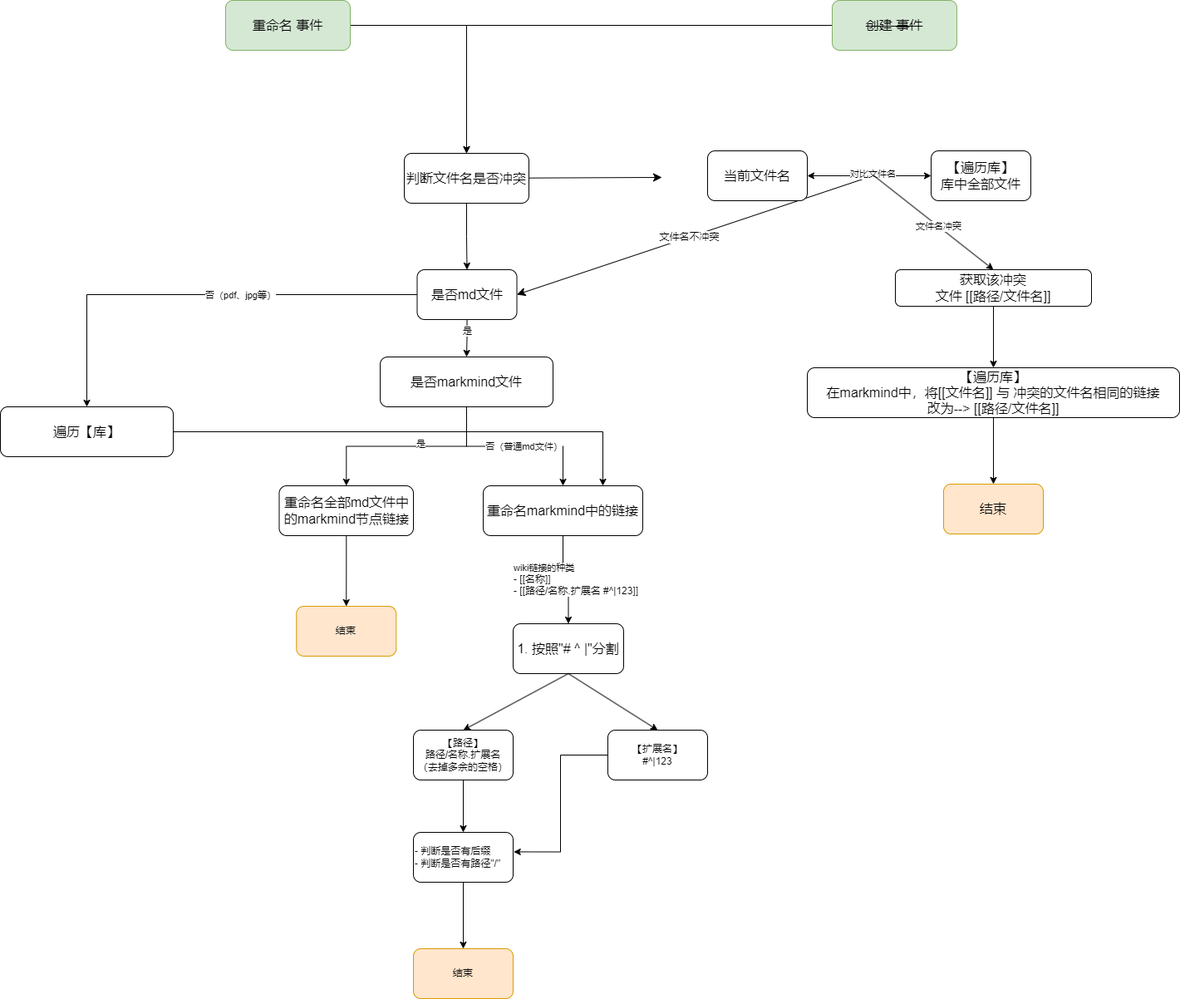
This is images/自动更新markmind中的双链.png from livelycode36/obsidian-markmind-rich-rename, a draw.io export, as it was before one commit. Source tidied: cells renumbered, new cells last; positions are measured from the earlier drawing's top-left corner, leaving out a move shared by most shapes.
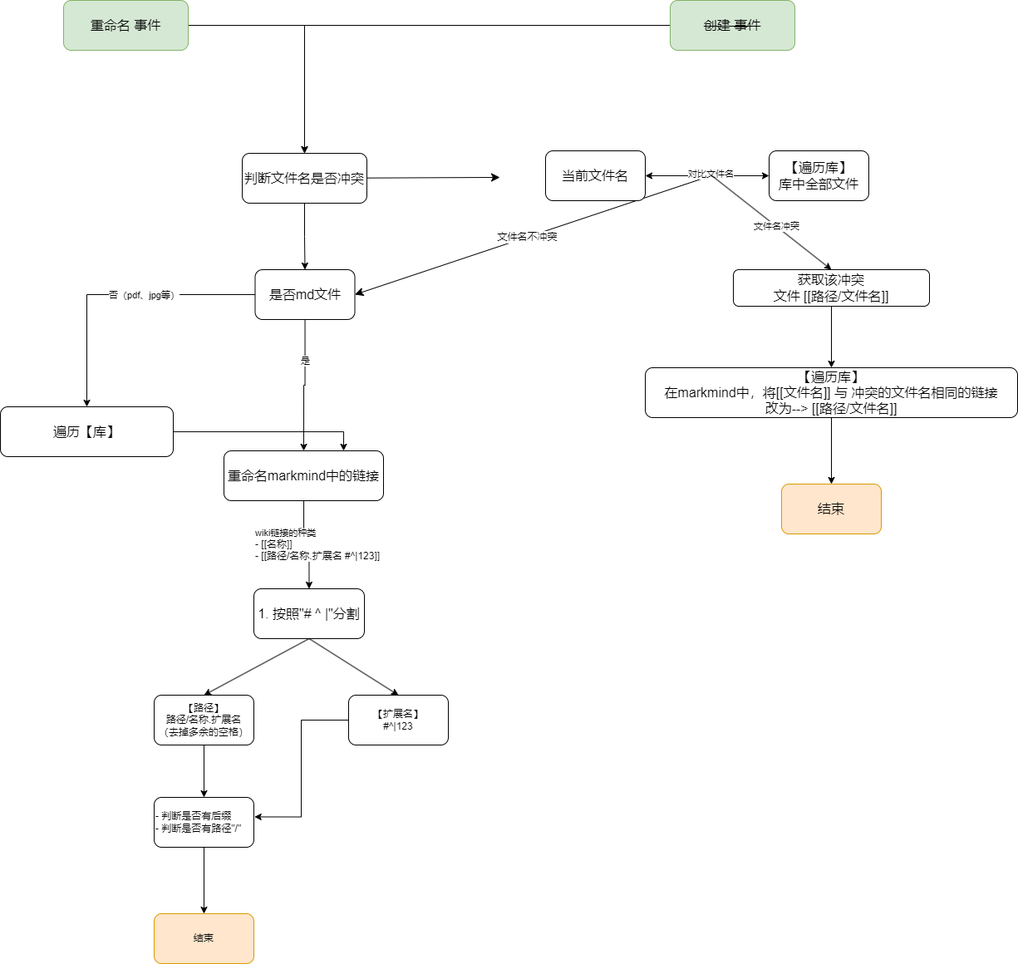
After the change.

Commit message:
feat(markmind): 更换正则，可以匹配多个wiki链接

What changed in the source:
```diff
@@ -28,7 +28,7 @@
       </mxGeometry>
     </mxCell>
     <mxCell id="9" value="重命名markmind中的链接" style="rounded=1;whiteSpace=wrap;html=1;fontSize=16;" parent="1" vertex="1">
-      <mxGeometry x="581" y="584" width="192" height="60" as="geometry" />
+      <mxGeometry x="464" y="542" width="192" height="60" as="geometry" />
     </mxCell>
     <mxCell id="10" value="文件名不冲突" style="edgeStyle=none;curved=1;rounded=0;jettySize=auto;html=1;entryX=1;entryY=0.5;entryDx=0;entryDy=0;fontSize=12;startSize=8;endSize=8;" parent="1" edge="1" target="34">
       <mxGeometry relative="1" as="geometry">
@@ -76,13 +76,13 @@
       <mxGeometry x="0.09" relative="1" as="geometry" />
     </mxCell>
     <mxCell id="23" value="1. 按照&quot;# ^ |&quot;分割" style="whiteSpace=wrap;html=1;fontSize=16;rounded=1;" parent="1" vertex="1">
-      <mxGeometry x="617" y="750" width="133" height="60" as="geometry" />
+      <mxGeometry x="500" y="708" width="133" height="60" as="geometry" />
     </mxCell>
     <mxCell id="24" style="edgeStyle=orthogonalEdgeStyle;rounded=0;jettySize=auto;html=1;" parent="1" edge="1" source="25" target="31">
       <mxGeometry relative="1" as="geometry" />
     </mxCell>
     <mxCell id="25" value="【路径】&lt;br&gt;路径/&lt;span style=&quot;border-color: var(--border-color); text-align: left;&quot;&gt;名称.扩展名&lt;br&gt;（去掉多余的空格）&lt;/span&gt;" style="rounded=1;whiteSpace=wrap;html=1;" parent="1" vertex="1">
-      <mxGeometry x="497" y="878" width="120" height="60" as="geometry" />
+      <mxGeometry x="380" y="836" width="120" height="60" as="geometry" />
     </mxCell>
     <mxCell id="26" style="endArrow=classic;html=1;rounded=0;entryX=0.5;entryY=0;entryDx=0;entryDy=0;exitX=0.5;exitY=1;exitDx=0;exitDy=0;" parent="1" edge="1" source="23" target="25">
       <mxGeometry relative="1" as="geometry" />
@@ -91,7 +91,7 @@
       <mxGeometry relative="1" as="geometry" />
     </mxCell>
     <mxCell id="28" value="【扩展名】&lt;br&gt;#^|123" style="rounded=1;whiteSpace=wrap;html=1;" parent="1" vertex="1">
-      <mxGeometry x="731" y="878" width="120" height="60" as="geometry" />
+      <mxGeometry x="614" y="836" width="120" height="60" as="geometry" />
     </mxCell>
     <mxCell id="29" style="endArrow=classic;html=1;rounded=0;entryX=0.5;entryY=0;entryDx=0;entryDy=0;exitX=0.5;exitY=1;exitDx=0;exitDy=0;" parent="1" edge="1" source="23" target="28">
       <mxGeometry relative="1" as="geometry" />
@@ -100,9 +100,9 @@
       <mxGeometry relative="1" as="geometry" />
     </mxCell>
     <mxCell id="31" value="- 判断是否有后缀&lt;br&gt;- 判断是否有路径&quot;/&quot;" style="whiteSpace=wrap;html=1;rounded=1;align=left;" parent="1" vertex="1">
-      <mxGeometry x="497" y="1001" width="120" height="60" as="geometry" />
+      <mxGeometry x="380" y="959" width="120" height="60" as="geometry" />
     </mxCell>
-    <mxCell id="32" style="edgeStyle=orthogonalEdgeStyle;rounded=0;jettySize=auto;html=1;entryX=0.5;entryY=0;entryDx=0;entryDy=0;" parent="1" edge="1" source="34" target="41">
+    <mxCell id="32" style="edgeStyle=orthogonalEdgeStyle;rounded=0;jettySize=auto;html=1;entryX=0.5;entryY=0;entryDx=0;entryDy=0;" parent="1" edge="1" source="34" target="9">
       <mxGeometry relative="1" as="geometry" />
     </mxCell>
     <mxCell id="33" value="是" style="edgeLabel;html=1;align=center;verticalAlign=middle;" parent="32" vertex="1">
@@ -119,41 +119,17 @@
     <mxCell id="36" value="否（pdf、jpg等）" style="edgeLabel;html=1;align=center;verticalAlign=middle;" parent="35" vertex="1">
       <mxGeometry x="-0.2" relative="1" as="geometry" />
     </mxCell>
-    <mxCell id="37" style="edgeStyle=orthogonalEdgeStyle;rounded=0;jettySize=auto;html=1;" parent="1" edge="1" source="41" target="43">
-      <mxGeometry relative="1" as="geometry" />
-    </mxCell>
-    <mxCell id="38" value="是" style="edgeLabel;html=1;align=center;verticalAlign=middle;" parent="37" vertex="1">
-      <mxGeometry x="-0.14" y="-3" relative="1" as="geometry" />
-    </mxCell>
-    <mxCell id="39" style="edgeStyle=orthogonalEdgeStyle;rounded=0;jettySize=auto;html=1;entryX=0.5;entryY=0;entryDx=0;entryDy=0;" parent="1" edge="1" source="41" target="9">
-      <mxGeometry relative="1" as="geometry" />
-    </mxCell>
-    <mxCell id="40" value="否（普通md文件）" style="edgeLabel;html=1;align=center;verticalAlign=middle;" parent="39" vertex="1">
-      <mxGeometry x="0.1" relative="1" as="geometry" />
-    </mxCell>
-    <mxCell id="41" value="是否markmind文件" style="whiteSpace=wrap;html=1;fontSize=16;rounded=1;" parent="1" vertex="1">
-      <mxGeometry x="457" y="429" width="208" height="60" as="geometry" />
-    </mxCell>
-    <mxCell id="42" style="edgeStyle=orthogonalEdgeStyle;rounded=0;jettySize=auto;html=1;entryX=0.5;entryY=0;entryDx=0;entryDy=0;" parent="1" edge="1" source="43" target="48">
-      <mxGeometry relative="1" as="geometry" />
-    </mxCell>
-    <mxCell id="43" value="重命名全部md文件中的markmind节点链接" style="whiteSpace=wrap;html=1;fontSize=16;rounded=1;" parent="1" vertex="1">
-      <mxGeometry x="335.5" y="584" width="161.5" height="60" as="geometry" />
-    </mxCell>
     <mxCell id="44" style="edgeStyle=orthogonalEdgeStyle;rounded=0;jettySize=auto;html=1;entryX=0.75;entryY=0;entryDx=0;entryDy=0;" parent="1" edge="1" source="45" target="9">
       <mxGeometry relative="1" as="geometry" />
     </mxCell>
     <mxCell id="45" value="遍历【库】" style="whiteSpace=wrap;html=1;fontSize=16;rounded=1;" parent="1" vertex="1">
-      <mxGeometry y="489" width="208" height="60" as="geometry" />
+      <mxGeometry x="195" y="489" width="208" height="60" as="geometry" />
     </mxCell>
     <mxCell id="46" value="结束" style="whiteSpace=wrap;html=1;align=center;rounded=1;fillColor=#ffe6cc;strokeColor=#d79b00;" parent="1" vertex="1">
-      <mxGeometry x="497" y="1141" width="120" height="60" as="geometry" />
+      <mxGeometry x="380" y="1099" width="120" height="60" as="geometry" />
     </mxCell>
     <mxCell id="47" value="结束" style="whiteSpace=wrap;html=1;fontSize=16;rounded=1;fillColor=#ffe6cc;strokeColor=#d79b00;" parent="1" vertex="1">
       <mxGeometry x="1135" y="582" width="120" height="60" as="geometry" />
     </mxCell>
-    <mxCell id="48" value="结束" style="whiteSpace=wrap;html=1;align=center;rounded=1;fillColor=#ffe6cc;strokeColor=#d79b00;" parent="1" vertex="1">
-      <mxGeometry x="356.2" y="729" width="120" height="60" as="geometry" />
-    </mxCell>
   </root>
 </mxGraphModel>
```
